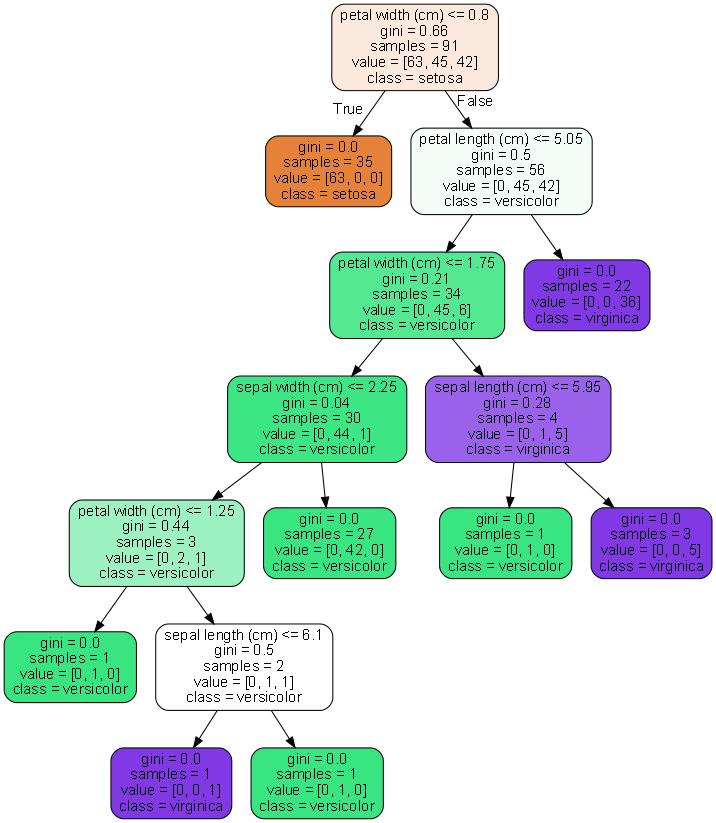
Before: RandomForest Covid Case Study/tree.png, a diagram exported from Graphviz (mf11y/Data_Sci_Projects). Its source is kept beside it as RandomForest Covid Case Study/tree.dot. The source it was exported from:
```dot
digraph Tree {
node [shape=box, style="filled, rounded", color="black", fontname=helvetica] ;
edge [fontname=helvetica] ;
0 [label="petal width (cm) <= 0.8\ngini = 0.66\nsamples = 91\nvalue = [63, 45, 42]\nclass = setosa", fillcolor="#fbe9dd"] ;
1 [label="gini = 0.0\nsamples = 35\nvalue = [63, 0, 0]\nclass = setosa", fillcolor="#e58139"] ;
0 -> 1 [labeldistance=2.5, labelangle=45, headlabel="True"] ;
2 [label="petal length (cm) <= 5.05\ngini = 0.5\nsamples = 56\nvalue = [0, 45, 42]\nclass = versicolor", fillcolor="#f2fdf7"] ;
0 -> 2 [labeldistance=2.5, labelangle=-45, headlabel="False"] ;
3 [label="petal width (cm) <= 1.75\ngini = 0.21\nsamples = 34\nvalue = [0, 45, 6]\nclass = versicolor", fillcolor="#53e892"] ;
2 -> 3 ;
4 [label="sepal width (cm) <= 2.25\ngini = 0.04\nsamples = 30\nvalue = [0, 44, 1]\nclass = versicolor", fillcolor="#3de684"] ;
3 -> 4 ;
5 [label="petal width (cm) <= 1.25\ngini = 0.44\nsamples = 3\nvalue = [0, 2, 1]\nclass = versicolor", fillcolor="#9cf2c0"] ;
4 -> 5 ;
6 [label="gini = 0.0\nsamples = 1\nvalue = [0, 1, 0]\nclass = versicolor", fillcolor="#39e581"] ;
5 -> 6 ;
7 [label="sepal length (cm) <= 6.1\ngini = 0.5\nsamples = 2\nvalue = [0, 1, 1]\nclass = versicolor", fillcolor="#ffffff"] ;
5 -> 7 ;
8 [label="gini = 0.0\nsamples = 1\nvalue = [0, 0, 1]\nclass = virginica", fillcolor="#8139e5"] ;
7 -> 8 ;
9 [label="gini = 0.0\nsamples = 1\nvalue = [0, 1, 0]\nclass = versicolor", fillcolor="#39e581"] ;
7 -> 9 ;
10 [label="gini = 0.0\nsamples = 27\nvalue = [0, 42, 0]\nclass = versicolor", fillcolor="#39e581"] ;
4 -> 10 ;
11 [label="sepal length (cm) <= 5.95\ngini = 0.28\nsamples = 4\nvalue = [0, 1, 5]\nclass = virginica", fillcolor="#9a61ea"] ;
3 -> 11 ;
12 [label="gini = 0.0\nsamples = 1\nvalue = [0, 1, 0]\nclass = versicolor", fillcolor="#39e581"] ;
11 -> 12 ;
13 [label="gini = 0.0\nsamples = 3\nvalue = [0, 0, 5]\nclass = virginica", fillcolor="#8139e5"] ;
11 -> 13 ;
14 [label="gini = 0.0\nsamples = 22\nvalue = [0, 0, 36]\nclass = virginica", fillcolor="#8139e5"] ;
2 -> 14 ;
}
```
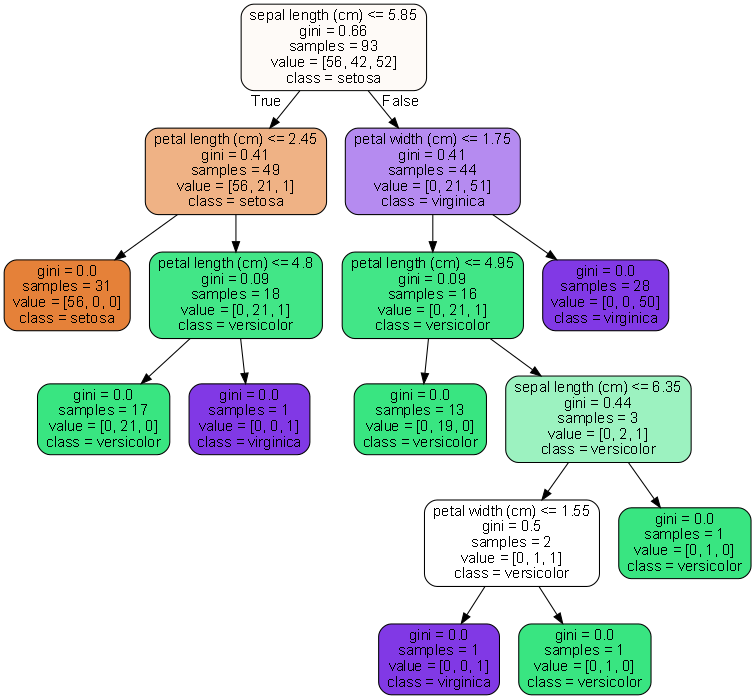
The same file after the commit.

What changed in the source:
```diff
@@ -1,33 +1,33 @@
 digraph Tree {
 node [shape=box, style="filled, rounded", color="black", fontname=helvetica] ;
 edge [fontname=helvetica] ;
-0 [label="petal width (cm) <= 0.8\ngini = 0.66\nsamples = 91\nvalue = [63, 45, 42]\nclass = setosa", fillcolor="#fbe9dd"] ;
-1 [label="gini = 0.0\nsamples = 35\nvalue = [63, 0, 0]\nclass = setosa", fillcolor="#e58139"] ;
+0 [label="sepal length (cm) <= 5.85\ngini = 0.66\nsamples = 93\nvalue = [56, 42, 52]\nclass = setosa", fillcolor="#fefaf7"] ;
+1 [label="petal length (cm) <= 2.45\ngini = 0.41\nsamples = 49\nvalue = [56, 21, 1]\nclass = setosa", fillcolor="#efb285"] ;
 0 -> 1 [labeldistance=2.5, labelangle=45, headlabel="True"] ;
-2 [label="petal length (cm) <= 5.05\ngini = 0.5\nsamples = 56\nvalue = [0, 45, 42]\nclass = versicolor", fillcolor="#f2fdf7"] ;
-0 -> 2 [labeldistance=2.5, labelangle=-45, headlabel="False"] ;
-3 [label="petal width (cm) <= 1.75\ngini = 0.21\nsamples = 34\nvalue = [0, 45, 6]\nclass = versicolor", fillcolor="#53e892"] ;
-2 -> 3 ;
-4 [label="sepal width (cm) <= 2.25\ngini = 0.04\nsamples = 30\nvalue = [0, 44, 1]\nclass = versicolor", fillcolor="#3de684"] ;
+2 [label="gini = 0.0\nsamples = 31\nvalue = [56, 0, 0]\nclass = setosa", fillcolor="#e58139"] ;
+1 -> 2 ;
+3 [label="petal length (cm) <= 4.8\ngini = 0.09\nsamples = 18\nvalue = [0, 21, 1]\nclass = versicolor", fillcolor="#42e687"] ;
+1 -> 3 ;
+4 [label="gini = 0.0\nsamples = 17\nvalue = [0, 21, 0]\nclass = versicolor", fillcolor="#39e581"] ;
 3 -> 4 ;
-5 [label="petal width (cm) <= 1.25\ngini = 0.44\nsamples = 3\nvalue = [0, 2, 1]\nclass = versicolor", fillcolor="#9cf2c0"] ;
-4 -> 5 ;
-6 [label="gini = 0.0\nsamples = 1\nvalue = [0, 1, 0]\nclass = versicolor", fillcolor="#39e581"] ;
-5 -> 6 ;
-7 [label="sepal length (cm) <= 6.1\ngini = 0.5\nsamples = 2\nvalue = [0, 1, 1]\nclass = versicolor", fillcolor="#ffffff"] ;
-5 -> 7 ;
-8 [label="gini = 0.0\nsamples = 1\nvalue = [0, 0, 1]\nclass = virginica", fillcolor="#8139e5"] ;
+5 [label="gini = 0.0\nsamples = 1\nvalue = [0, 0, 1]\nclass = virginica", fillcolor="#8139e5"] ;
+3 -> 5 ;
+6 [label="petal width (cm) <= 1.75\ngini = 0.41\nsamples = 44\nvalue = [0, 21, 51]\nclass = virginica", fillcolor="#b58bf0"] ;
+0 -> 6 [labeldistance=2.5, labelangle=-45, headlabel="False"] ;
+7 [label="petal length (cm) <= 4.95\ngini = 0.09\nsamples = 16\nvalue = [0, 21, 1]\nclass = versicolor", fillcolor="#42e687"] ;
+6 -> 7 ;
+8 [label="gini = 0.0\nsamples = 13\nvalue = [0, 19, 0]\nclass = versicolor", fillcolor="#39e581"] ;
 7 -> 8 ;
-9 [label="gini = 0.0\nsamples = 1\nvalue = [0, 1, 0]\nclass = versicolor", fillcolor="#39e581"] ;
+9 [label="sepal length (cm) <= 6.35\ngini = 0.44\nsamples = 3\nvalue = [0, 2, 1]\nclass = versicolor", fillcolor="#9cf2c0"] ;
 7 -> 9 ;
-10 [label="gini = 0.0\nsamples = 27\nvalue = [0, 42, 0]\nclass = versicolor", fillcolor="#39e581"] ;
-4 -> 10 ;
-11 [label="sepal length (cm) <= 5.95\ngini = 0.28\nsamples = 4\nvalue = [0, 1, 5]\nclass = virginica", fillcolor="#9a61ea"] ;
-3 -> 11 ;
+10 [label="petal width (cm) <= 1.55\ngini = 0.5\nsamples = 2\nvalue = [0, 1, 1]\nclass = versicolor", fillcolor="#ffffff"] ;
+9 -> 10 ;
+11 [label="gini = 0.0\nsamples = 1\nvalue = [0, 0, 1]\nclass = virginica", fillcolor="#8139e5"] ;
+10 -> 11 ;
 12 [label="gini = 0.0\nsamples = 1\nvalue = [0, 1, 0]\nclass = versicolor", fillcolor="#39e581"] ;
-11 -> 12 ;
-13 [label="gini = 0.0\nsamples = 3\nvalue = [0, 0, 5]\nclass = virginica", fillcolor="#8139e5"] ;
-11 -> 13 ;
-14 [label="gini = 0.0\nsamples = 22\nvalue = [0, 0, 36]\nclass = virginica", fillcolor="#8139e5"] ;
-2 -> 14 ;
+10 -> 12 ;
+13 [label="gini = 0.0\nsamples = 1\nvalue = [0, 1, 0]\nclass = versicolor", fillcolor="#39e581"] ;
+9 -> 13 ;
+14 [label="gini = 0.0\nsamples = 28\nvalue = [0, 0, 50]\nclass = virginica", fillcolor="#8139e5"] ;
+6 -> 14 ;
 }
```
